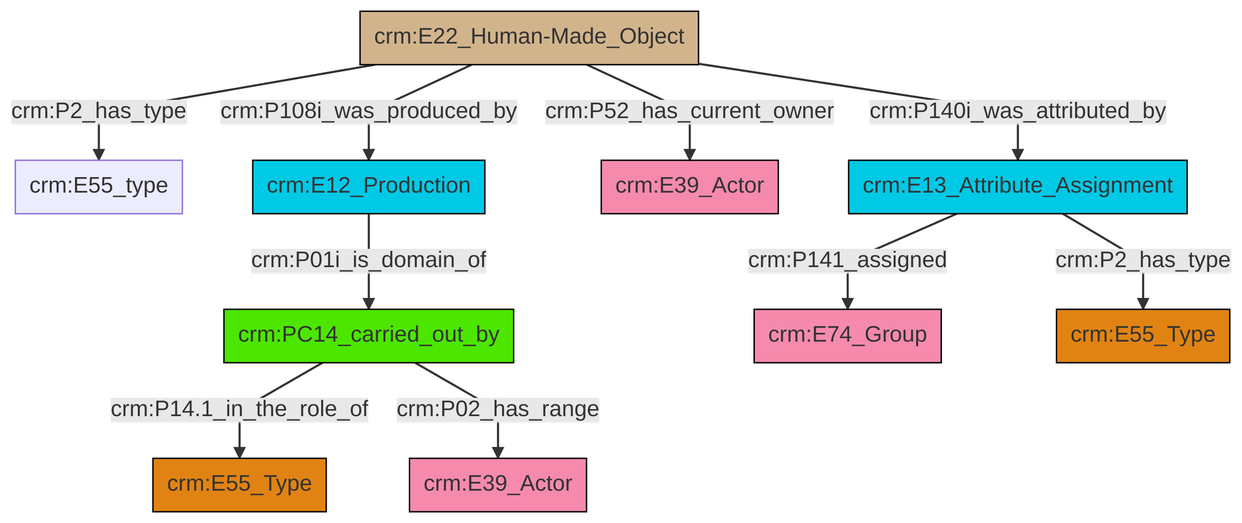
swiss-art-research-net/docs.swissartresearch keeps this Mermaid diagram as et/builtWorkCSV/ttl/mmd/png/Built_Work_actor_relations.png. Above is the earlier version. Its source is kept beside it as et/builtWorkCSV/ttl/mmd/Built_Work_actor_relations.ttl.mmd.
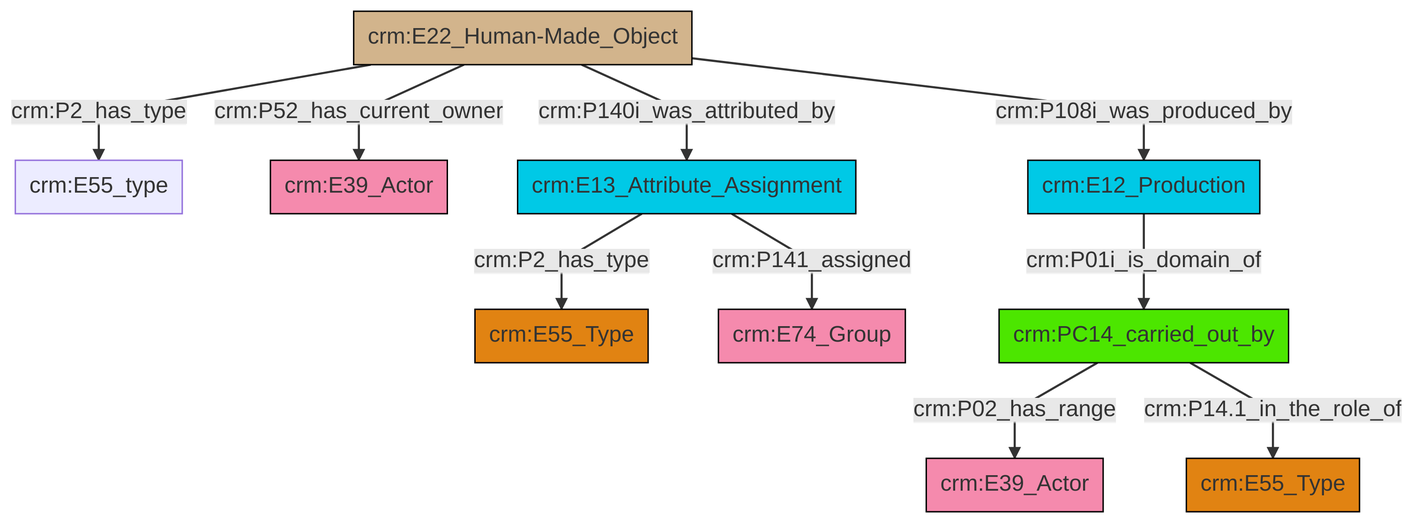
The same diagram one commit later.

Change to the diagram source:
```diff
@@ -13,12 +13,12 @@
 classDef PC_Classes fill:#4ce600, stroke:#000000;
 classDef Multi fill:#cccccc,stroke:#000000;
 
-2["crm:E22_Human-Made_Object"]:::Physical_Thing -->|crm:P140i_was_attributed_by| 3["crm:E13_Attribute_Assignment"]:::Temporal_Entity
-4["crm:PC14_carried_out_by"]:::PC_Classes -->|crm:P14.1_in_the_role_of| 5["crm:E55_Type"]:::Type
-2["crm:E22_Human-Made_Object"]:::Physical_Thing -->|crm:P52_has_current_owner| 8["crm:E39_Actor"]:::Actor
-9["crm:E12_Production"]:::Temporal_Entity -->|crm:P01i_is_domain_of| 4["crm:PC14_carried_out_by"]:::PC_Classes
-4["crm:PC14_carried_out_by"]:::PC_Classes -->|crm:P02_has_range| 10["crm:E39_Actor"]:::Actor
-2["crm:E22_Human-Made_Object"]:::Physical_Thing -->|crm:P108i_was_produced_by| 9["crm:E12_Production"]:::Temporal_Entity
-2["crm:E22_Human-Made_Object"]:::Physical_Thing -->|crm:P2_has_type| 0["crm:E55_type"]:::Default
-3["crm:E13_Attribute_Assignment"]:::Temporal_Entity -->|crm:P141_assigned| 6["crm:E74_Group"]:::Actor
-3["crm:E13_Attribute_Assignment"]:::Temporal_Entity -->|crm:P2_has_type| 16["crm:E55_Type"]:::Type
+0["crm:E22_Human-Made_Object"]:::Physical_Thing -->|crm:P2_has_type| 1["crm:E55_type"]:::Default
+4["crm:E13_Attribute_Assignment"]:::Temporal_Entity -->|crm:P2_has_type| 2["crm:E55_Type"]:::Type
+10["crm:PC14_carried_out_by"]:::PC_Classes -->|crm:P02_has_range| 11["crm:E39_Actor"]:::Actor
+0["crm:E22_Human-Made_Object"]:::Physical_Thing -->|crm:P52_has_current_owner| 14["crm:E39_Actor"]:::Actor
+0["crm:E22_Human-Made_Object"]:::Physical_Thing -->|crm:P140i_was_attributed_by| 4["crm:E13_Attribute_Assignment"]:::Temporal_Entity
+10["crm:PC14_carried_out_by"]:::PC_Classes -->|crm:P14.1_in_the_role_of| 8["crm:E55_Type"]:::Type
+4["crm:E13_Attribute_Assignment"]:::Temporal_Entity -->|crm:P141_assigned| 12["crm:E74_Group"]:::Actor
+18["crm:E12_Production"]:::Temporal_Entity -->|crm:P01i_is_domain_of| 10["crm:PC14_carried_out_by"]:::PC_Classes
+0["crm:E22_Human-Made_Object"]:::Physical_Thing -->|crm:P108i_was_produced_by| 18["crm:E12_Production"]:::Temporal_Entity
```
